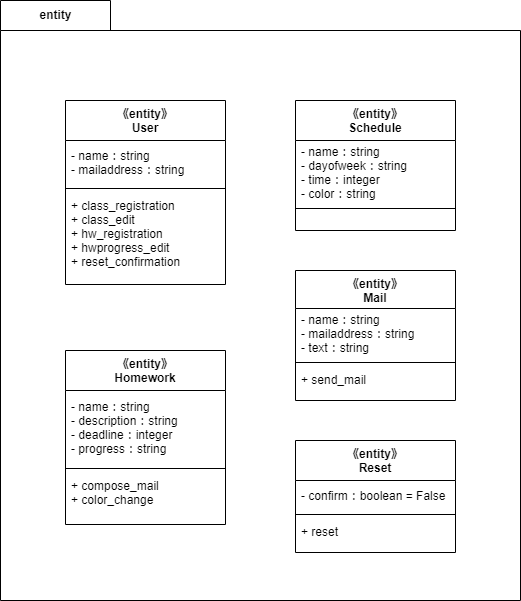
Earlier version of the draw.io export 構造図/クラス図/詳細設計/クラス図(entity).drawio.png (masaki1234567/psp4). Source tidied: cells renumbered, new cells last; positions are measured from the earlier drawing's top-left corner, leaving out a move shared by most shapes.
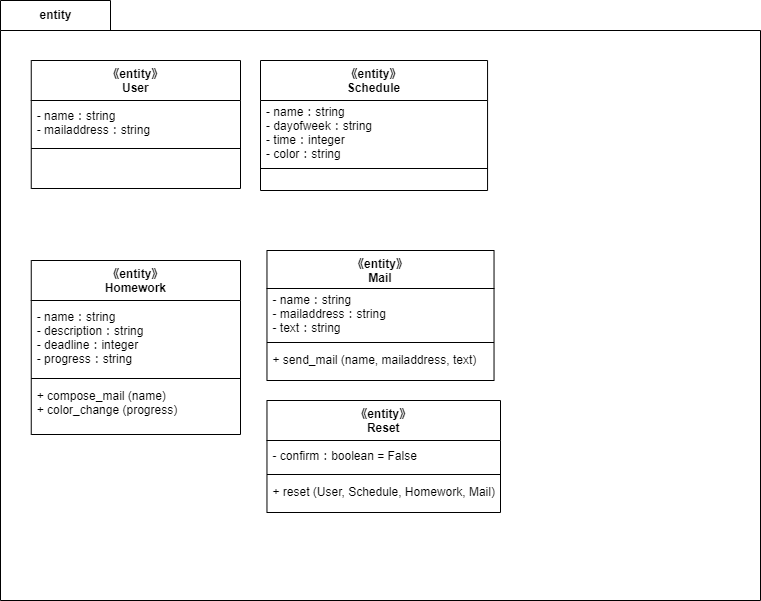
After the change.

What changed in the source:
```diff
@@ -3,72 +3,72 @@
     <mxCell id="0" />
     <mxCell id="1" parent="0" />
     <mxCell id="2" value="entity" style="shape=folder;fontStyle=1;tabWidth=110;tabHeight=30;tabPosition=left;html=1;boundedLbl=1;labelInHeader=1;" parent="1" vertex="1">
-      <mxGeometry width="520" height="600" as="geometry" />
+      <mxGeometry width="760" height="600" as="geometry" />
     </mxCell>
     <mxCell id="3" style="html=1;strokeColor=none;fillColor=none;" parent="2" vertex="1">
-      <mxGeometry width="520" height="420" relative="1" as="geometry">
+      <mxGeometry width="737.92" height="420" relative="1" as="geometry">
         <mxPoint y="30" as="offset" />
       </mxGeometry>
     </mxCell>
     <mxCell id="4" value="《entity》&#10;User" style="swimlane;fontStyle=1;align=center;verticalAlign=top;horizontal=1;startSize=40;" parent="2" vertex="1">
-      <mxGeometry x="65" y="100" width="160" height="184" as="geometry" />
+      <mxGeometry x="30.8" y="60" width="209.2" height="128" as="geometry" />
     </mxCell>
     <mxCell id="5" value="- name：string&#10;- mailaddress：string" style="text;strokeColor=none;fillColor=none;align=left;verticalAlign=middle;spacingLeft=4;spacingRight=4;overflow=hidden;" parent="4" vertex="1">
-      <mxGeometry y="40" width="160" height="44" as="geometry" />
+      <mxGeometry y="40" width="209.2" height="44" as="geometry" />
     </mxCell>
     <mxCell id="6" style="line;strokeWidth=1;fillColor=none;align=left;verticalAlign=middle;spacingTop=-1;spacingLeft=3;spacingRight=3;labelPosition=right;strokeColor=inherit;" parent="4" vertex="1">
-      <mxGeometry y="84" width="160" height="8" as="geometry" />
+      <mxGeometry y="84" width="209.2" height="8" as="geometry" />
     </mxCell>
-    <mxCell id="7" value="+ class_registration&#10;+ class_edit&#10;+ hw_registration&#10;+ hwprogress_edit&#10;+ reset_confirmation" style="text;strokeColor=none;fillColor=none;align=left;verticalAlign=top;spacingLeft=4;spacingRight=4;overflow=hidden;" parent="4" vertex="1">
-      <mxGeometry y="92" width="160" height="92" as="geometry" />
+    <mxCell id="7" value=" " style="text;strokeColor=none;fillColor=none;align=left;verticalAlign=top;spacingLeft=4;spacingRight=4;overflow=hidden;" parent="4" vertex="1">
+      <mxGeometry y="92" width="209.2" height="36" as="geometry" />
     </mxCell>
     <mxCell id="8" value="《entity》&#10;Schedule" style="swimlane;fontStyle=1;align=center;verticalAlign=top;horizontal=1;startSize=40;" parent="2" vertex="1">
-      <mxGeometry x="295" y="100" width="160" height="130" as="geometry" />
+      <mxGeometry x="260" y="60" width="227.1" height="130" as="geometry" />
     </mxCell>
     <mxCell id="9" value="- name：string&#10;- dayofweek：string&#10;- time：integer&#10;- color：string" style="text;strokeColor=none;fillColor=none;align=left;verticalAlign=middle;spacingLeft=4;spacingRight=4;overflow=hidden;" parent="8" vertex="1">
-      <mxGeometry y="40" width="160" height="64" as="geometry" />
+      <mxGeometry y="40" width="227.1" height="64" as="geometry" />
     </mxCell>
     <mxCell id="10" style="line;strokeWidth=1;fillColor=none;align=left;verticalAlign=middle;spacingTop=-1;spacingLeft=3;spacingRight=3;labelPosition=right;strokeColor=inherit;" parent="8" vertex="1">
-      <mxGeometry y="104" width="160" height="8" as="geometry" />
+      <mxGeometry y="104" width="227.1" height="8" as="geometry" />
     </mxCell>
     <mxCell id="11" value=" " style="text;strokeColor=none;fillColor=none;align=left;verticalAlign=top;spacingLeft=4;spacingRight=4;overflow=hidden;" parent="8" vertex="1">
-      <mxGeometry y="112" width="160" height="18" as="geometry" />
+      <mxGeometry y="112" width="227.1" height="18" as="geometry" />
     </mxCell>
     <mxCell id="12" value="《entity》&#10;Homework" style="swimlane;fontStyle=1;align=center;verticalAlign=top;horizontal=1;startSize=40;" parent="2" vertex="1">
-      <mxGeometry x="65" y="350" width="160" height="174" as="geometry" />
+      <mxGeometry x="30.8" y="260" width="209.2" height="174" as="geometry" />
     </mxCell>
     <mxCell id="13" value="- name：string&#10;- description：string&#10;- deadline：integer&#10;- progress：string" style="text;strokeColor=none;fillColor=none;align=left;verticalAlign=middle;spacingLeft=4;spacingRight=4;overflow=hidden;" parent="12" vertex="1">
-      <mxGeometry y="40" width="160" height="74" as="geometry" />
+      <mxGeometry y="40" width="209.2" height="74" as="geometry" />
     </mxCell>
     <mxCell id="14" style="line;strokeWidth=1;fillColor=none;align=left;verticalAlign=middle;spacingTop=-1;spacingLeft=3;spacingRight=3;labelPosition=right;strokeColor=inherit;" parent="12" vertex="1">
-      <mxGeometry y="114" width="160" height="8" as="geometry" />
+      <mxGeometry y="114" width="209.2" height="8" as="geometry" />
     </mxCell>
-    <mxCell id="15" value="+ compose_mail&#10;+ color_change" style="text;strokeColor=none;fillColor=none;align=left;verticalAlign=top;spacingLeft=4;spacingRight=4;overflow=hidden;" parent="12" vertex="1">
-      <mxGeometry y="122" width="160" height="52" as="geometry" />
+    <mxCell id="15" value="+ compose_mail (name)&#10;+ color_change (progress)" style="text;strokeColor=none;fillColor=none;align=left;verticalAlign=top;spacingLeft=4;spacingRight=4;overflow=hidden;" parent="12" vertex="1">
+      <mxGeometry y="122" width="209.2" height="52" as="geometry" />
     </mxCell>
     <mxCell id="16" value="《entity》&#10;Mail" style="swimlane;fontStyle=1;align=center;verticalAlign=top;horizontal=1;startSize=38;" parent="2" vertex="1">
-      <mxGeometry x="295" y="270" width="160" height="130" as="geometry" />
+      <mxGeometry x="266.5" y="250" width="227.1" height="130" as="geometry" />
     </mxCell>
     <mxCell id="17" value="- name：string&#10;- mailaddress：string&#10;- text：string" style="text;strokeColor=none;fillColor=none;align=left;verticalAlign=middle;spacingLeft=4;spacingRight=4;overflow=hidden;" parent="16" vertex="1">
-      <mxGeometry y="38" width="160" height="50" as="geometry" />
+      <mxGeometry y="38" width="227.1" height="50" as="geometry" />
     </mxCell>
     <mxCell id="18" style="line;strokeWidth=1;fillColor=none;align=left;verticalAlign=middle;spacingTop=-1;spacingLeft=3;spacingRight=3;labelPosition=right;strokeColor=inherit;" parent="16" vertex="1">
-      <mxGeometry y="88" width="160" height="8" as="geometry" />
+      <mxGeometry y="88" width="227.1" height="8" as="geometry" />
     </mxCell>
-    <mxCell id="19" value="+ send_mail" style="text;strokeColor=none;fillColor=none;align=left;verticalAlign=top;spacingLeft=4;spacingRight=4;overflow=hidden;" parent="16" vertex="1">
-      <mxGeometry y="96" width="160" height="34" as="geometry" />
+    <mxCell id="19" value="+ send_mail (name, mailaddress, text)" style="text;strokeColor=none;fillColor=none;align=left;verticalAlign=top;spacingLeft=4;spacingRight=4;overflow=hidden;" parent="16" vertex="1">
+      <mxGeometry y="96" width="227.1" height="34" as="geometry" />
     </mxCell>
     <mxCell id="20" value="《entity》&#10;Reset" style="swimlane;fontStyle=1;align=center;verticalAlign=top;horizontal=1;startSize=40;" parent="2" vertex="1">
-      <mxGeometry x="295" y="440" width="160" height="112" as="geometry" />
+      <mxGeometry x="266.5" y="400" width="233.5" height="112" as="geometry" />
     </mxCell>
     <mxCell id="21" value="- confirm：boolean = False" style="text;strokeColor=none;fillColor=none;align=left;verticalAlign=middle;spacingLeft=4;spacingRight=4;overflow=hidden;" parent="20" vertex="1">
-      <mxGeometry y="40" width="160" height="30" as="geometry" />
+      <mxGeometry y="40" width="233.5" height="30" as="geometry" />
     </mxCell>
     <mxCell id="22" style="line;strokeWidth=1;fillColor=none;align=left;verticalAlign=middle;spacingTop=-1;spacingLeft=3;spacingRight=3;labelPosition=right;strokeColor=inherit;" parent="20" vertex="1">
-      <mxGeometry y="70" width="160" height="8" as="geometry" />
+      <mxGeometry y="70" width="233.5" height="8" as="geometry" />
     </mxCell>
-    <mxCell id="23" value="+ reset" style="text;strokeColor=none;fillColor=none;align=left;verticalAlign=top;spacingLeft=4;spacingRight=4;overflow=hidden;" parent="20" vertex="1">
-      <mxGeometry y="78" width="160" height="34" as="geometry" />
+    <mxCell id="23" value="+ reset (User, Schedule, Homework, Mail)" style="text;strokeColor=none;fillColor=none;align=left;verticalAlign=top;spacingLeft=4;spacingRight=4;overflow=hidden;" parent="20" vertex="1">
+      <mxGeometry y="78" width="233.5" height="34" as="geometry" />
     </mxCell>
   </root>
 </mxGraphModel>
```
